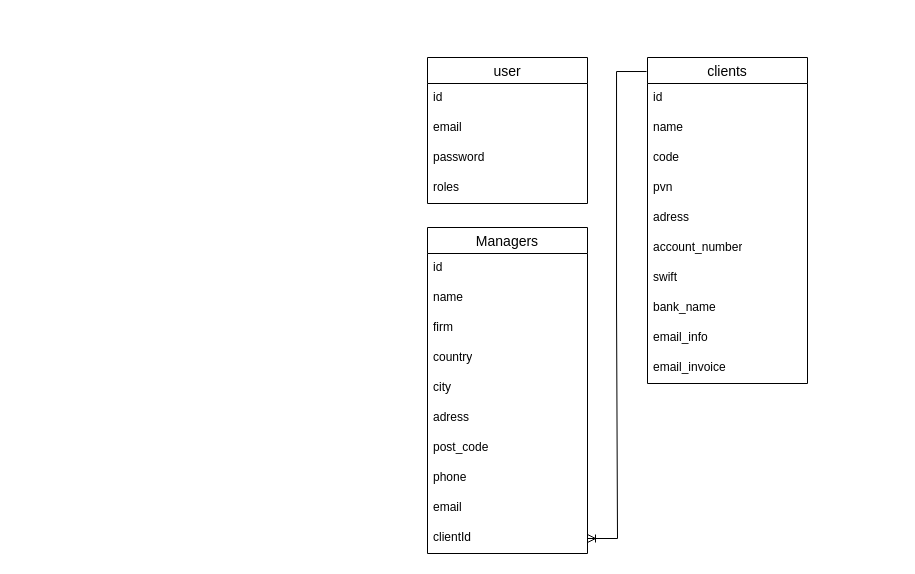
Above: db_diagramm/db_diagramm.drawio in Ar4a0907/progress-admin-app (draw.io), before the change. Source tidied: cells renumbered, new cells numbered last; positions are measured from the earlier drawing's top-left corner, leaving out a move shared by most shapes. Both pictures are drawn from the tidied source at 100%, with x=0, y=0 at pixel (427, 57).
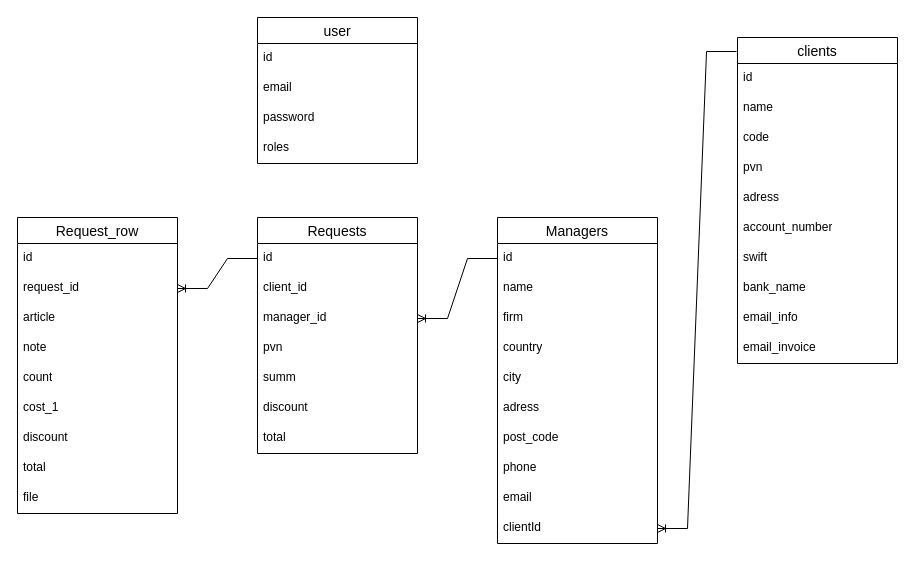
Above is the later version.

Unchanged cells that the change refers to:
```xml
<mxCell id="19" value="id" style="text;strokeColor=none;fillColor=none;spacingLeft=4;spacingRight=4;overflow=hidden;points=[[0,0.5],[1,0.5]];portConstraint=eastwest;fontSize=12;whiteSpace=wrap;html=1;" parent="18" vertex="1">
  <mxGeometry y="26" width="160" height="30" as="geometry" />
</mxCell>
```

Diff of the diagram source:
```diff
@@
     <mxCell id="2" value="user" style="swimlane;fontStyle=0;horizontal=1;startSize=26;align=center;fontSize=14;" parent="1" vertex="1">
-      <mxGeometry width="160" height="146" as="geometry" />
+      <mxGeometry x="-170" y="-40" width="160" height="146" as="geometry" />
     </mxCell>
@@
     <mxCell id="7" value="clients" style="swimlane;fontStyle=0;horizontal=1;startSize=26;align=center;fontSize=14;" parent="1" vertex="1">
-      <mxGeometry x="220" width="160" height="326" as="geometry" />
+      <mxGeometry x="310" y="-20" width="160" height="326" as="geometry" />
     </mxCell>
@@
     <mxCell id="18" value="Managers" style="swimlane;fontStyle=0;horizontal=1;startSize=26;align=center;fontSize=14;" parent="1" vertex="1">
-      <mxGeometry y="170" width="160" height="326" as="geometry" />
+      <mxGeometry x="70" y="160" width="160" height="326" as="geometry" />
     </mxCell>
@@
+    <mxCell id="30" value="Requests" style="swimlane;fontStyle=0;horizontal=1;startSize=26;align=center;fontSize=14;" parent="1" vertex="1">
+      <mxGeometry x="-170" y="160" width="160" height="236" as="geometry" />
+    </mxCell>
+    <mxCell id="31" value="id&lt;br&gt;" style="text;strokeColor=none;fillColor=none;spacingLeft=4;spacingRight=4;overflow=hidden;points=[[0,0.5],[1,0.5]];portConstraint=eastwest;fontSize=12;whiteSpace=wrap;html=1;" parent="30" vertex="1">
+      <mxGeometry y="26" width="160" height="30" as="geometry" />
+    </mxCell>
+    <mxCell id="32" value="client_id" style="text;strokeColor=none;fillColor=none;spacingLeft=4;spacingRight=4;overflow=hidden;fontSize=12;whiteSpace=wrap;html=1;" parent="30" vertex="1">
+      <mxGeometry y="56" width="160" height="30" as="geometry" />
+    </mxCell>
+    <mxCell id="33" value="manager_id&lt;br&gt;" style="text;strokeColor=none;fillColor=none;spacingLeft=4;spacingRight=4;overflow=hidden;points=[[0,0.5],[1,0.5]];portConstraint=eastwest;fontSize=12;whiteSpace=wrap;html=1;" parent="30" vertex="1">
+      <mxGeometry y="86" width="160" height="30" as="geometry" />
+    </mxCell>
+    <mxCell id="34" value="pvn" style="text;strokeColor=none;fillColor=none;spacingLeft=4;spacingRight=4;overflow=hidden;fontSize=12;whiteSpace=wrap;html=1;" parent="30" vertex="1">
+      <mxGeometry y="116" width="160" height="30" as="geometry" />
+    </mxCell>
+    <mxCell id="35" value="summ&lt;br&gt;" style="text;strokeColor=none;fillColor=none;spacingLeft=4;spacingRight=4;overflow=hidden;fontSize=12;whiteSpace=wrap;html=1;" parent="30" vertex="1">
+      <mxGeometry y="146" width="160" height="30" as="geometry" />
+    </mxCell>
+    <mxCell id="36" value="discount" style="text;strokeColor=none;fillColor=none;spacingLeft=4;spacingRight=4;overflow=hidden;fontSize=12;whiteSpace=wrap;html=1;" parent="30" vertex="1">
+      <mxGeometry y="176" width="160" height="30" as="geometry" />
+    </mxCell>
+    <mxCell id="37" value="total&lt;br&gt;" style="text;strokeColor=none;fillColor=none;spacingLeft=4;spacingRight=4;overflow=hidden;fontSize=12;whiteSpace=wrap;html=1;" parent="30" vertex="1">
+      <mxGeometry y="206" width="160" height="30" as="geometry" />
+    </mxCell>
+    <mxCell id="38" value="Request_row" style="swimlane;fontStyle=0;horizontal=1;startSize=26;align=center;fontSize=14;" parent="1" vertex="1">
+      <mxGeometry x="-410" y="160" width="160" height="296" as="geometry" />
+    </mxCell>
+    <mxCell id="39" value="id" style="text;strokeColor=none;fillColor=none;spacingLeft=4;spacingRight=4;overflow=hidden;fontSize=12;whiteSpace=wrap;html=1;" parent="38" vertex="1">
+      <mxGeometry y="26" width="160" height="30" as="geometry" />
+    </mxCell>
+    <mxCell id="40" value="request_id" style="text;strokeColor=none;fillColor=none;spacingLeft=4;spacingRight=4;overflow=hidden;points=[[0,0.5],[1,0.5]];portConstraint=eastwest;fontSize=12;whiteSpace=wrap;html=1;" parent="38" vertex="1">
+      <mxGeometry y="56" width="160" height="30" as="geometry" />
+    </mxCell>
+    <mxCell id="41" value="article" style="text;strokeColor=none;fillColor=none;spacingLeft=4;spacingRight=4;overflow=hidden;fontSize=12;whiteSpace=wrap;html=1;" parent="38" vertex="1">
+      <mxGeometry y="86" width="160" height="30" as="geometry" />
+    </mxCell>
+    <mxCell id="42" value="note" style="text;strokeColor=none;fillColor=none;spacingLeft=4;spacingRight=4;overflow=hidden;fontSize=12;whiteSpace=wrap;html=1;" parent="38" vertex="1">
+      <mxGeometry y="116" width="160" height="30" as="geometry" />
+    </mxCell>
+    <mxCell id="43" value="count&lt;br&gt;" style="text;strokeColor=none;fillColor=none;spacingLeft=4;spacingRight=4;overflow=hidden;fontSize=12;whiteSpace=wrap;html=1;" parent="38" vertex="1">
+      <mxGeometry y="146" width="160" height="30" as="geometry" />
+    </mxCell>
+    <mxCell id="44" value="cost_1" style="text;strokeColor=none;fillColor=none;spacingLeft=4;spacingRight=4;overflow=hidden;fontSize=12;whiteSpace=wrap;html=1;" parent="38" vertex="1">
+      <mxGeometry y="176" width="160" height="30" as="geometry" />
+    </mxCell>
+    <mxCell id="45" value="discount" style="text;strokeColor=none;fillColor=none;spacingLeft=4;spacingRight=4;overflow=hidden;fontSize=12;whiteSpace=wrap;html=1;" parent="38" vertex="1">
+      <mxGeometry y="206" width="160" height="30" as="geometry" />
+    </mxCell>
+    <mxCell id="46" value="total&lt;br&gt;" style="text;strokeColor=none;fillColor=none;spacingLeft=4;spacingRight=4;overflow=hidden;fontSize=12;whiteSpace=wrap;html=1;" parent="38" vertex="1">
+      <mxGeometry y="236" width="160" height="30" as="geometry" />
+    </mxCell>
+    <mxCell id="47" value="file" style="text;strokeColor=none;fillColor=none;spacingLeft=4;spacingRight=4;overflow=hidden;fontSize=12;whiteSpace=wrap;html=1;" parent="38" vertex="1">
+      <mxGeometry y="266" width="160" height="30" as="geometry" />
+    </mxCell>
+    <mxCell id="48" style="edgeStyle=entityRelationEdgeStyle;fontSize=12;html=1;endArrow=ERoneToMany;rounded=0;exitX=0;exitY=0.5;exitDx=0;exitDy=0;entryX=1;entryY=0.5;entryDx=0;entryDy=0;" parent="1" edge="1" source="19" target="33">
+      <mxGeometry relative="1" as="geometry">
+        <Array as="points">
+          <mxPoint x="70" y="430" />
+          <mxPoint x="-30" y="405" />
+          <mxPoint x="-20" y="390" />
+          <mxPoint x="-50" y="395" />
+          <mxPoint y="370" />
+          <mxPoint x="-30" y="395" />
+        </Array>
+      </mxGeometry>
+    </mxCell>
+    <mxCell id="49" style="edgeStyle=entityRelationEdgeStyle;fontSize=12;html=1;endArrow=ERoneToMany;rounded=0;entryX=1;entryY=0.5;entryDx=0;entryDy=0;exitX=0;exitY=0.5;exitDx=0;exitDy=0;" parent="1" edge="1" source="31" target="40">
+      <mxGeometry relative="1" as="geometry" />
+    </mxCell>
```
